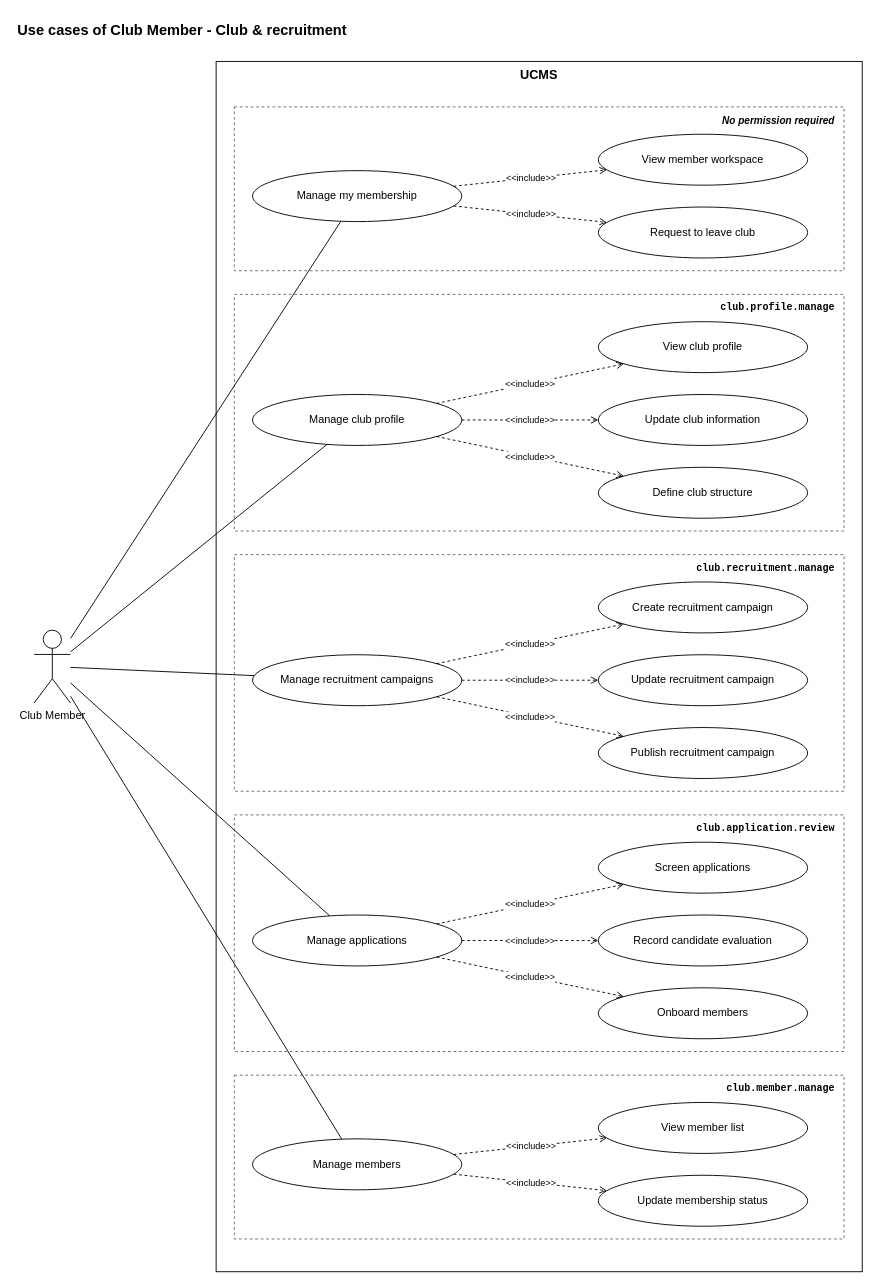
The draw.io diagram page "Club Member 1 - Club & recruitment" (4 of 9) of docs/03-diagrams/UCMS_UseCase_ByActor.drawio in nvdekay/ClubManagementSystem, before the edit. Source tidied: cells renumbered, new cells numbered last; positions are measured from the earlier drawing's top-left corner, leaving out a move shared by most shapes. Both pictures are drawn from the tidied source at 91%, with x=0, y=0 at pixel (15, 15).
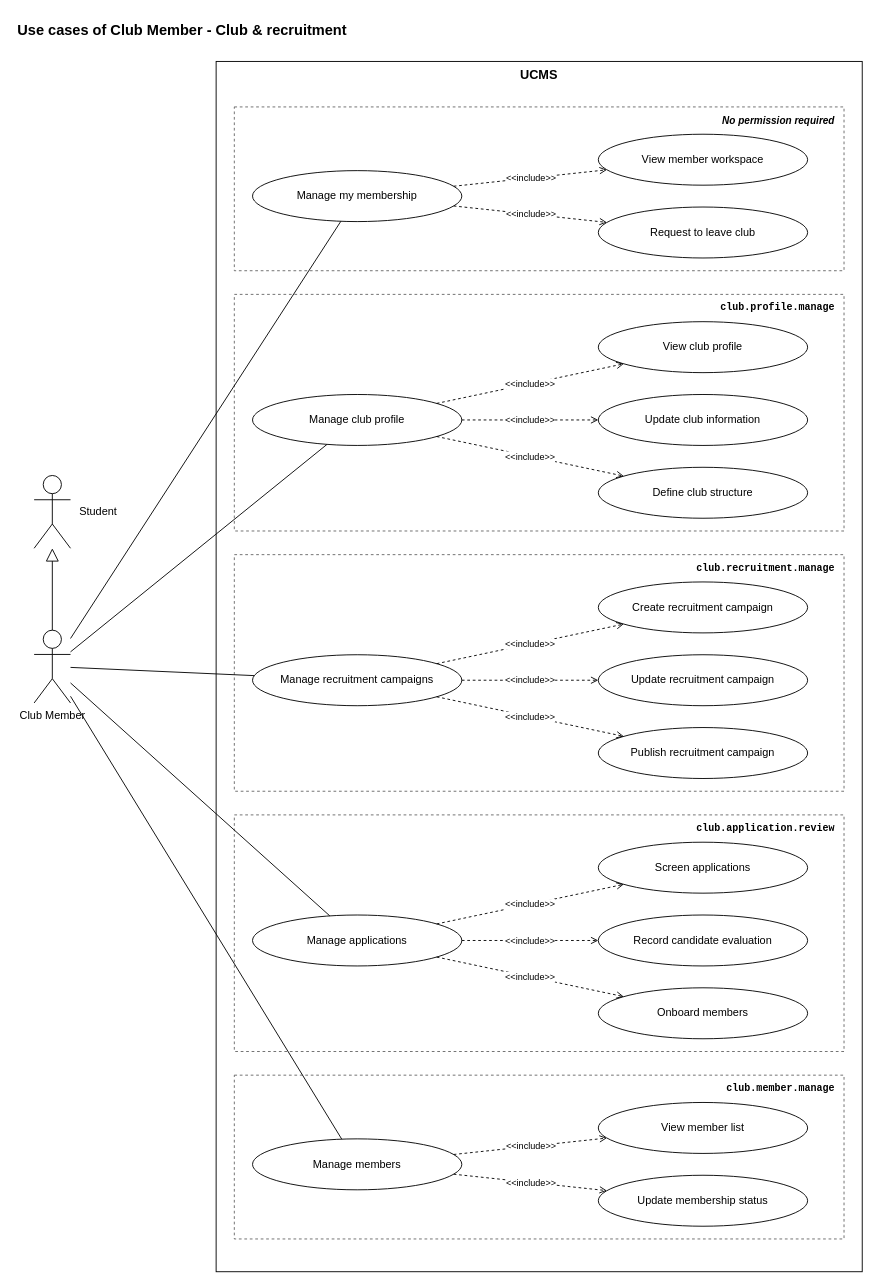
The same diagram, later.

Unchanged cells that the change refers to:
```xml
<mxCell id="4" value="Club Member" style="shape=umlActor;verticalLabelPosition=bottom;verticalAlign=top;html=1;outlineConnect=0;fillColor=#ffffff;strokeColor=#000000;" parent="1" vertex="1">
  <mxGeometry x="20" y="675" width="40" height="80" as="geometry" />
</mxCell>
```

The edit, as a diff of the source:
```diff
@@
+    <mxCell id="46" value="Student" style="shape=umlActor;verticalLabelPosition=middle;verticalAlign=middle;labelPosition=right;align=left;spacingLeft=8;html=1;outlineConnect=0;fillColor=#ffffff;strokeColor=#000000;fontSize=12;" parent="1" vertex="1">
+      <mxGeometry x="20" y="505" width="40" height="80" as="geometry" />
+    </mxCell>
+    <mxCell id="47" style="endArrow=block;endFill=0;endSize=12;html=1;strokeColor=#000000;dashed=0;exitX=0.5;exitY=0;exitDx=0;exitDy=0;entryX=0.5;entryY=1;entryDx=0;entryDy=0;" parent="1" edge="1" source="4" target="46">
+      <mxGeometry relative="1" as="geometry" />
+    </mxCell>
```
